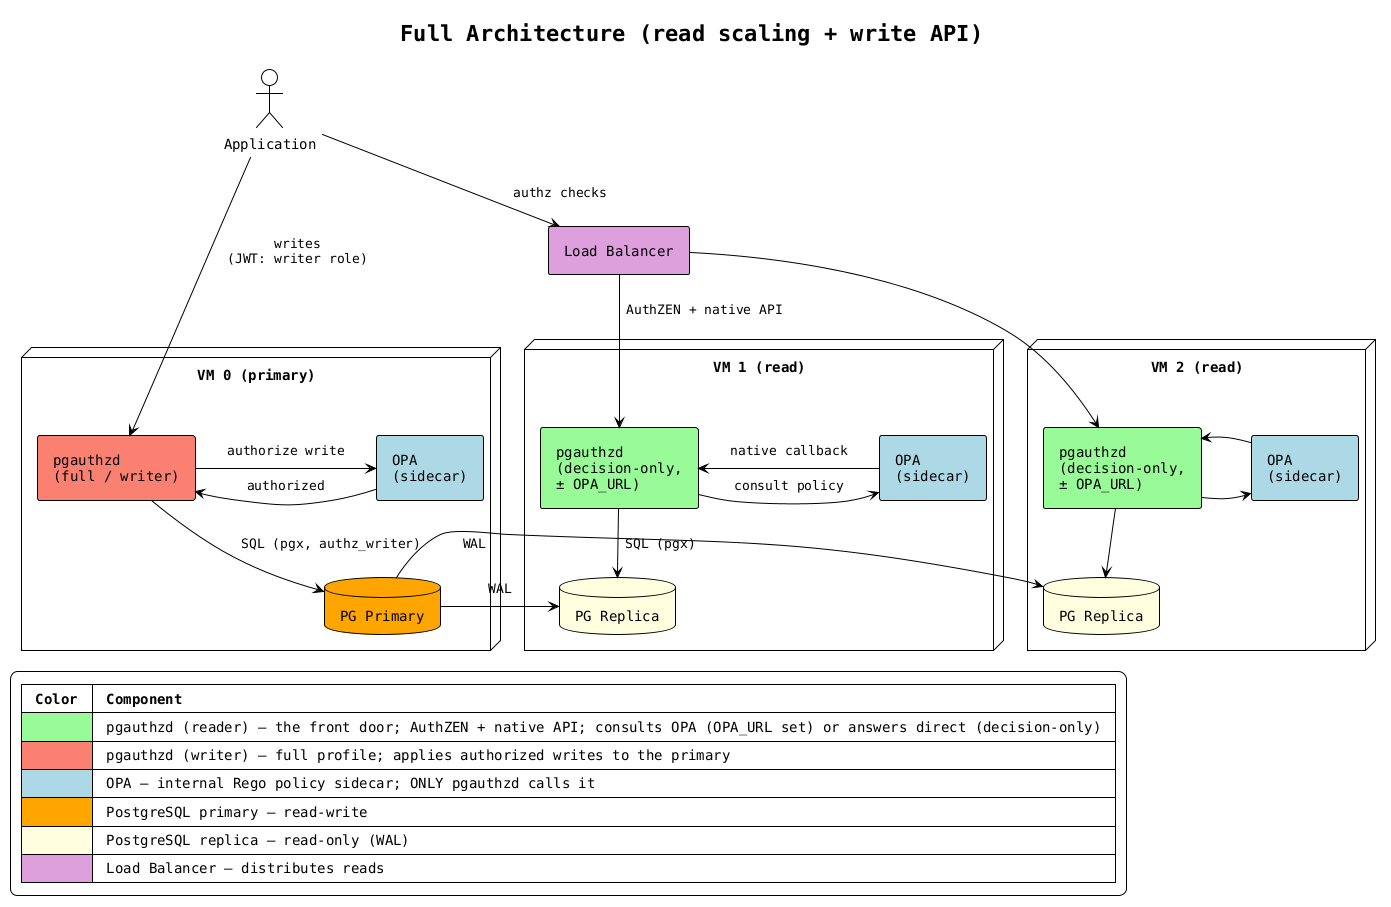
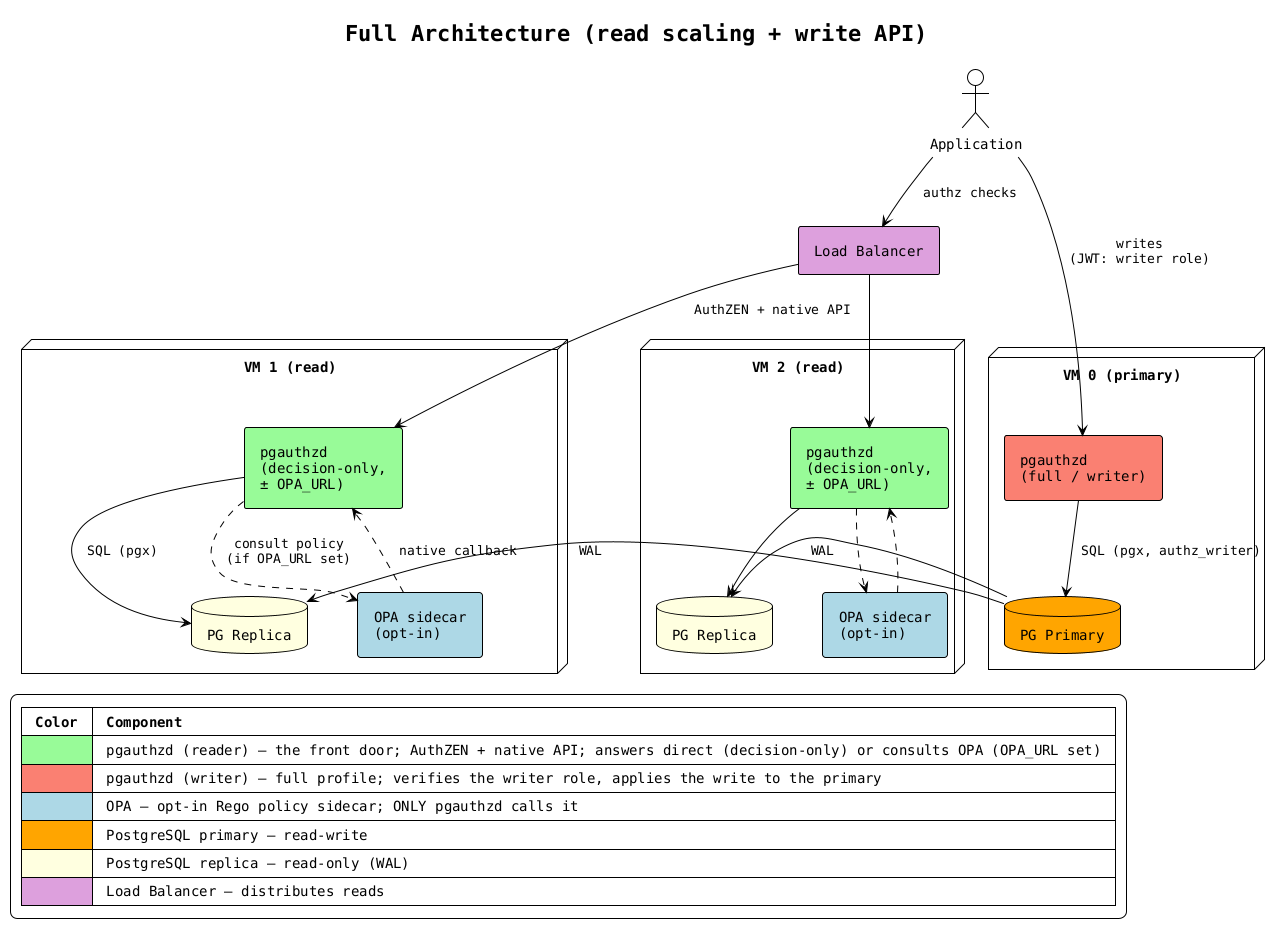
@startuml architecture-full

!theme plain
skinparam backgroundColor white
skinparam componentStyle rectangle
skinparam defaultFontName monospaced
skinparam nodesep 50
skinparam ranksep 40
skinparam padding 6

title Full Architecture (read scaling + write API)

actor "Application" as app

component "Load Balancer" as lb #Plum

node "VM 1 (read)" as vm1 {
    component "pgauthzd\n(decision-only,\n± OPA_URL)" as pgd_a #PaleGreen
-     component "OPA\n(sidecar)" as opa_a #LightBlue
+     component "OPA sidecar\n(opt-in)" as opa_a #LightBlue
    database "PG Replica" as pgr_a #LightYellow
}

node "VM 2 (read)" as vm2 {
    component "pgauthzd\n(decision-only,\n± OPA_URL)" as pgd_b #PaleGreen
-     component "OPA\n(sidecar)" as opa_b #LightBlue
+     component "OPA sidecar\n(opt-in)" as opa_b #LightBlue
    database "PG Replica" as pgr_b #LightYellow
}

node "VM 0 (primary)" as vm0 {
    component "pgauthzd\n(full / writer)" as pgd_w #Salmon
-     component "OPA\n(sidecar)" as opa_w #LightBlue
    database "PG Primary" as pgp #Orange
}

- ' Read path — pgauthzd is the ONLY front door. It answers directly from the
- ' graph (decision-only), or consults its OPA sidecar for Rego policy
- ' (OPA_URL set) — and only pgauthzd ever calls OPA; OPA calls back into the same
- ' pgauthzd's native listener for the graph data.
+ ' Read path — pgauthzd is the ONLY front door. By default it answers directly
+ ' from the graph (decision-only, OPA-free); OPA is an OPT-IN policy sidecar —
+ ' set OPA_URL and pgauthzd consults it for Rego, and only pgauthzd ever calls
+ ' OPA, which calls back into the same pgauthzd's native listener for the graph.
app -down-> lb : "authz checks"
lb -down-> pgd_a : "AuthZEN + native API"
lb -down-> pgd_b
- pgd_a -right-> opa_a : "consult policy"
- opa_a -left-> pgd_a : "native callback"
- pgd_b -right-> opa_b
- opa_b -left-> pgd_b
+ pgd_a ..> opa_a : "consult policy\n(if OPA_URL set)"
+ opa_a ..> pgd_a : "native callback"
+ pgd_b ..> opa_b
+ opa_b ..> pgd_b
pgd_a -down-> pgr_a : "SQL (pgx)"
pgd_b -down-> pgr_b

- ' Write path — pgauthzd (full) is the front door; it consults OPA to authorize
- ' the write (writer role), then applies it natively. (Write-authz delegation is
- ' the pending pgauthzd-fronted-writes increment; today write.rego fronts it.)
+ ' Write path — pgauthzd (full) is the front door; it verifies the writer role
+ ' (WRITER_ROLE claim) itself and applies the write natively. No OPA on writes.
app -down-> pgd_w : "writes\n(JWT: writer role)"
- pgd_w -right-> opa_w : "authorize write"
- opa_w -left-> pgd_w : "authorized"
pgd_w -down-> pgp : "SQL (pgx, authz_writer)"

' Replication
pgp -right-> pgr_a : "  WAL  "
pgp -right-> pgr_b : "  WAL  "

legend bottom left
  |= Color |= Component |
-   | <#PaleGreen> | pgauthzd (reader) — the front door; AuthZEN + native API; consults OPA (OPA_URL set) or answers direct (decision-only) |
-   | <#Salmon> | pgauthzd (writer) — full profile; applies authorized writes to the primary |
-   | <#LightBlue> | OPA — internal Rego policy sidecar; ONLY pgauthzd calls it |
+   | <#PaleGreen> | pgauthzd (reader) — the front door; AuthZEN + native API; answers direct (decision-only) or consults OPA (OPA_URL set) |
+   | <#Salmon> | pgauthzd (writer) — full profile; verifies the writer role, applies the write to the primary |
+   | <#LightBlue> | OPA — opt-in Rego policy sidecar; ONLY pgauthzd calls it |
  | <#Orange> | PostgreSQL primary — read-write |
  | <#LightYellow> | PostgreSQL replica — read-only (WAL) |
  | <#Plum> | Load Balancer — distributes reads |
end legend

@enduml
